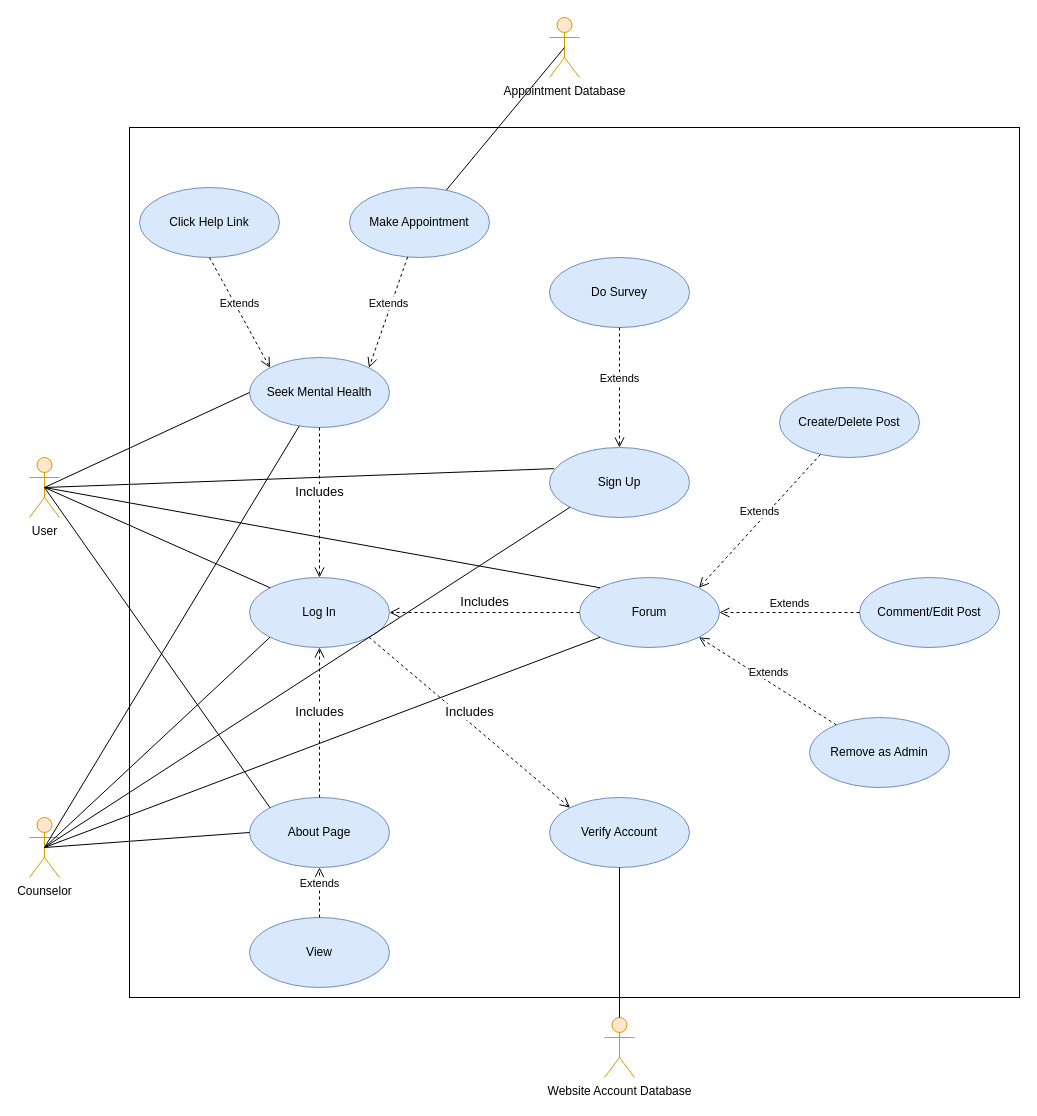
The draw.io diagram page "Page-2" (2 of 2) of Untitled Diagram.drawio in EliezerOng/CZ2006-Web-Devz, before the edit. Source tidied: cells renumbered, new cells numbered last; positions are measured from the earlier drawing's top-left corner, leaving out a move shared by most shapes. Both pictures are drawn from the tidied source at 100%, with x=0, y=0 at pixel (29, 17).
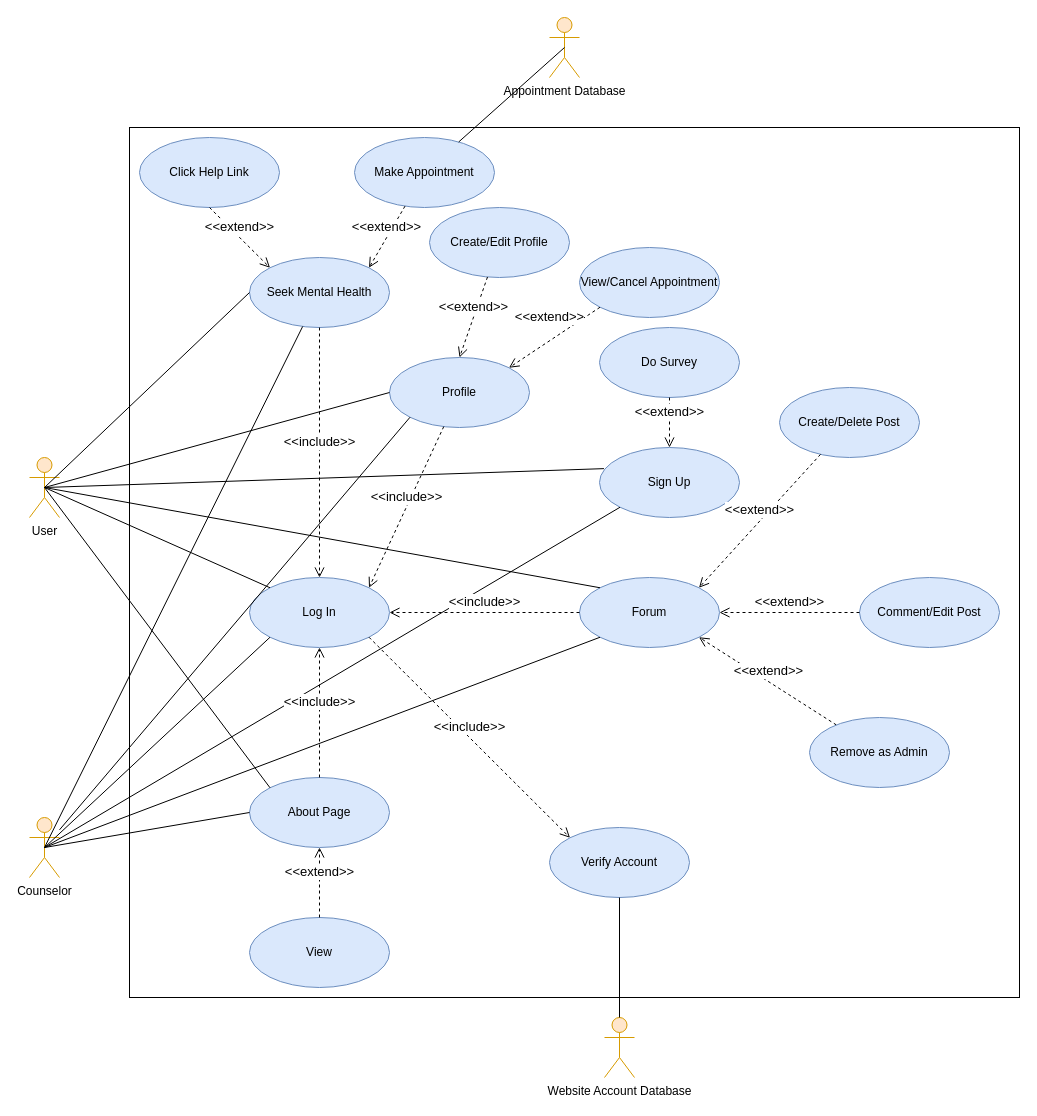
The same page after the edit.

Commit message:
use case model

Unchanged cells that the change refers to:
```xml
<mxCell id="3" value="User" style="shape=umlActor;verticalLabelPosition=bottom;verticalAlign=top;html=1;outlineConnect=0;fillColor=#ffe6cc;strokeColor=#d79b00;" parent="1" vertex="1">
  <mxGeometry y="440" width="30" height="60" as="geometry" />
</mxCell>
<mxCell id="4" value="Counselor" style="shape=umlActor;verticalLabelPosition=bottom;verticalAlign=top;html=1;outlineConnect=0;fillColor=#ffe6cc;strokeColor=#d79b00;" parent="1" vertex="1">
  <mxGeometry y="800" width="30" height="60" as="geometry" />
</mxCell>
<mxCell id="5" value="Log In" style="ellipse;whiteSpace=wrap;html=1;fillColor=#dae8fc;strokeColor=#6c8ebf;" parent="1" vertex="1">
  <mxGeometry x="220" y="560" width="140" height="70" as="geometry" />
</mxCell>
<mxCell id="11" value="Forum" style="ellipse;whiteSpace=wrap;html=1;fillColor=#dae8fc;strokeColor=#6c8ebf;" parent="1" vertex="1">
  <mxGeometry x="550" y="560" width="140" height="70" as="geometry" />
</mxCell>
<mxCell id="15" value="Create/Delete Post" style="ellipse;whiteSpace=wrap;html=1;fillColor=#dae8fc;strokeColor=#6c8ebf;" parent="1" vertex="1">
  <mxGeometry x="750" y="370" width="140" height="70" as="geometry" />
</mxCell>
<mxCell id="17" value="Comment/Edit Post" style="ellipse;whiteSpace=wrap;html=1;fillColor=#dae8fc;strokeColor=#6c8ebf;" parent="1" vertex="1">
  <mxGeometry x="830" y="560" width="140" height="70" as="geometry" />
</mxCell>
<mxCell id="20" value="Remove as Admin" style="ellipse;whiteSpace=wrap;html=1;fillColor=#dae8fc;strokeColor=#6c8ebf;" parent="1" vertex="1">
  <mxGeometry x="780" y="700" width="140" height="70" as="geometry" />
</mxCell>
<mxCell id="35" value="View" style="ellipse;whiteSpace=wrap;html=1;fillColor=#dae8fc;strokeColor=#6c8ebf;" parent="1" vertex="1">
  <mxGeometry x="220" y="900" width="140" height="70" as="geometry" />
</mxCell>
```

Change to the diagram source:
```diff
@@
     <mxCell id="8" value="Sign Up" style="ellipse;whiteSpace=wrap;html=1;fillColor=#dae8fc;strokeColor=#6c8ebf;" parent="1" vertex="1">
-      <mxGeometry x="520" y="430" width="140" height="70" as="geometry" />
+      <mxGeometry x="570" y="430" width="140" height="70" as="geometry" />
     </mxCell>
@@
-    <mxCell id="14" value="Includes" style="html=1;verticalAlign=bottom;endArrow=open;dashed=1;endSize=8;rounded=0;fontSize=13;entryX=1;entryY=0.5;entryDx=0;entryDy=0;exitX=0;exitY=0.5;exitDx=0;exitDy=0;" parent="1" edge="1" source="11" target="5">
+    <mxCell id="14" value="&amp;lt;&amp;lt;include&amp;gt;&amp;gt;" style="html=1;verticalAlign=bottom;endArrow=open;dashed=1;endSize=8;rounded=0;fontSize=13;entryX=1;entryY=0.5;entryDx=0;entryDy=0;exitX=0;exitY=0.5;exitDx=0;exitDy=0;" parent="1" edge="1" source="11" target="5">
       <mxGeometry relative="1" as="geometry" />
     </mxCell>
@@
-    <mxCell id="16" value="Extends" style="html=1;verticalAlign=bottom;endArrow=open;dashed=1;endSize=8;rounded=0;entryX=1;entryY=0;entryDx=0;entryDy=0;" parent="1" edge="1" source="15" target="11">
+    <mxCell id="16" value="&lt;span style=&quot;font-size: 13px&quot;&gt;&amp;lt;&amp;lt;extend&amp;gt;&amp;gt;&lt;/span&gt;" style="html=1;verticalAlign=bottom;endArrow=open;dashed=1;endSize=8;rounded=0;entryX=1;entryY=0;entryDx=0;entryDy=0;" parent="1" edge="1" source="15" target="11">
       <mxGeometry relative="1" as="geometry" />
     </mxCell>
@@
-    <mxCell id="18" value="Extends" style="html=1;verticalAlign=bottom;endArrow=open;dashed=1;endSize=8;rounded=0;entryX=1;entryY=0.5;entryDx=0;entryDy=0;exitX=0;exitY=0.5;exitDx=0;exitDy=0;" parent="1" edge="1" source="17" target="11">
+    <mxCell id="18" value="&lt;span style=&quot;font-size: 13px&quot;&gt;&amp;lt;&amp;lt;extend&amp;gt;&amp;gt;&lt;/span&gt;" style="html=1;verticalAlign=bottom;endArrow=open;dashed=1;endSize=8;rounded=0;entryX=1;entryY=0.5;entryDx=0;entryDy=0;exitX=0;exitY=0.5;exitDx=0;exitDy=0;" parent="1" edge="1" source="17" target="11">
       <mxGeometry relative="1" as="geometry" />
     </mxCell>
-    <mxCell id="19" value="Extends" style="html=1;verticalAlign=bottom;endArrow=open;dashed=1;endSize=8;rounded=0;entryX=1;entryY=1;entryDx=0;entryDy=0;" parent="1" edge="1" source="20" target="11">
+    <mxCell id="19" value="&lt;font style=&quot;font-size: 13px&quot;&gt;&amp;lt;&amp;lt;extend&amp;gt;&amp;gt;&lt;/font&gt;" style="html=1;verticalAlign=bottom;endArrow=open;dashed=1;endSize=8;rounded=0;entryX=1;entryY=1;entryDx=0;entryDy=0;" parent="1" edge="1" source="20" target="11">
       <mxGeometry relative="1" as="geometry" />
     </mxCell>
@@
     <mxCell id="21" value="Seek Mental Health" style="ellipse;whiteSpace=wrap;html=1;fillColor=#dae8fc;strokeColor=#6c8ebf;" parent="1" vertex="1">
-      <mxGeometry x="220" y="340" width="140" height="70" as="geometry" />
+      <mxGeometry x="220" y="240" width="140" height="70" as="geometry" />
     </mxCell>
@@
-    <mxCell id="24" value="Includes" style="html=1;verticalAlign=bottom;endArrow=open;dashed=1;endSize=8;rounded=0;fontSize=13;entryX=0.5;entryY=0;entryDx=0;entryDy=0;" parent="1" edge="1" source="21" target="5">
+    <mxCell id="24" value="&amp;lt;&amp;lt;include&amp;gt;&amp;gt;" style="html=1;verticalAlign=bottom;endArrow=open;dashed=1;endSize=8;rounded=0;fontSize=13;entryX=0.5;entryY=0;entryDx=0;entryDy=0;" parent="1" edge="1" source="21" target="5">
       <mxGeometry relative="1" as="geometry" />
     </mxCell>
     <mxCell id="25" value="Do Survey" style="ellipse;whiteSpace=wrap;html=1;fillColor=#dae8fc;strokeColor=#6c8ebf;" parent="1" vertex="1">
-      <mxGeometry x="520" y="240" width="140" height="70" as="geometry" />
+      <mxGeometry x="570" y="310" width="140" height="70" as="geometry" />
     </mxCell>
-    <mxCell id="26" value="Extends" style="html=1;verticalAlign=bottom;endArrow=open;dashed=1;endSize=8;rounded=0;entryX=0.5;entryY=0;entryDx=0;entryDy=0;exitX=0.5;exitY=1;exitDx=0;exitDy=0;" parent="1" edge="1" source="25" target="8">
+    <mxCell id="26" value="&lt;span style=&quot;font-size: 13px&quot;&gt;&amp;lt;&amp;lt;extend&amp;gt;&amp;gt;&lt;/span&gt;" style="html=1;verticalAlign=bottom;endArrow=open;dashed=1;endSize=8;rounded=0;entryX=0.5;entryY=0;entryDx=0;entryDy=0;exitX=0.5;exitY=1;exitDx=0;exitDy=0;" parent="1" edge="1" source="25" target="8">
       <mxGeometry relative="1" as="geometry" />
     </mxCell>
     <mxCell id="27" value="Click Help Link" style="ellipse;whiteSpace=wrap;html=1;fillColor=#dae8fc;strokeColor=#6c8ebf;" parent="1" vertex="1">
-      <mxGeometry x="110" y="170" width="140" height="70" as="geometry" />
+      <mxGeometry x="110" y="120" width="140" height="70" as="geometry" />
     </mxCell>
-    <mxCell id="28" value="Extends" style="html=1;verticalAlign=bottom;endArrow=open;dashed=1;endSize=8;rounded=0;entryX=0;entryY=0;entryDx=0;entryDy=0;exitX=0.5;exitY=1;exitDx=0;exitDy=0;" parent="1" edge="1" source="27" target="21">
+    <mxCell id="28" value="&lt;span style=&quot;font-size: 13px&quot;&gt;&amp;lt;&amp;lt;extend&amp;gt;&amp;gt;&lt;/span&gt;" style="html=1;verticalAlign=bottom;endArrow=open;dashed=1;endSize=8;rounded=0;entryX=0;entryY=0;entryDx=0;entryDy=0;exitX=0.5;exitY=1;exitDx=0;exitDy=0;" parent="1" edge="1" source="27" target="21">
       <mxGeometry relative="1" as="geometry" />
     </mxCell>
     <mxCell id="29" value="Make Appointment" style="ellipse;whiteSpace=wrap;html=1;fillColor=#dae8fc;strokeColor=#6c8ebf;" parent="1" vertex="1">
-      <mxGeometry x="320" y="170" width="140" height="70" as="geometry" />
+      <mxGeometry x="325" y="120" width="140" height="70" as="geometry" />
     </mxCell>
-    <mxCell id="30" value="Extends" style="html=1;verticalAlign=bottom;endArrow=open;dashed=1;endSize=8;rounded=0;entryX=1;entryY=0;entryDx=0;entryDy=0;" parent="1" edge="1" source="29" target="21">
+    <mxCell id="30" value="&lt;span style=&quot;font-size: 13px&quot;&gt;&amp;lt;&amp;lt;extend&amp;gt;&amp;gt;&lt;/span&gt;" style="html=1;verticalAlign=bottom;endArrow=open;dashed=1;endSize=8;rounded=0;entryX=1;entryY=0;entryDx=0;entryDy=0;" parent="1" edge="1" source="29" target="21">
       <mxGeometry relative="1" as="geometry" />
     </mxCell>
     <mxCell id="31" value="About Page" style="ellipse;whiteSpace=wrap;html=1;fillColor=#dae8fc;strokeColor=#6c8ebf;" parent="1" vertex="1">
-      <mxGeometry x="220" y="780" width="140" height="70" as="geometry" />
+      <mxGeometry x="220" y="760" width="140" height="70" as="geometry" />
     </mxCell>
@@
-    <mxCell id="34" value="Includes" style="html=1;verticalAlign=bottom;endArrow=open;dashed=1;endSize=8;rounded=0;fontSize=13;entryX=0.5;entryY=1;entryDx=0;entryDy=0;" parent="1" edge="1" source="31" target="5">
+    <mxCell id="34" value="&amp;lt;&amp;lt;include&amp;gt;&amp;gt;" style="html=1;verticalAlign=bottom;endArrow=open;dashed=1;endSize=8;rounded=0;fontSize=13;entryX=0.5;entryY=1;entryDx=0;entryDy=0;" parent="1" edge="1" source="31" target="5">
       <mxGeometry relative="1" as="geometry" />
     </mxCell>
@@
-    <mxCell id="36" value="Extends" style="html=1;verticalAlign=bottom;endArrow=open;dashed=1;endSize=8;rounded=0;entryX=0.5;entryY=1;entryDx=0;entryDy=0;" parent="1" edge="1" source="35" target="31">
+    <mxCell id="36" value="&lt;span style=&quot;font-size: 13px&quot;&gt;&amp;lt;&amp;lt;extend&amp;gt;&amp;gt;&lt;/span&gt;" style="html=1;verticalAlign=bottom;endArrow=open;dashed=1;endSize=8;rounded=0;entryX=0.5;entryY=1;entryDx=0;entryDy=0;" parent="1" edge="1" source="35" target="31">
       <mxGeometry relative="1" as="geometry" />
     </mxCell>
     <mxCell id="37" value="Verify Account" style="ellipse;whiteSpace=wrap;html=1;fillColor=#dae8fc;strokeColor=#6c8ebf;" parent="1" vertex="1">
-      <mxGeometry x="520" y="780" width="140" height="70" as="geometry" />
+      <mxGeometry x="520" y="810" width="140" height="70" as="geometry" />
     </mxCell>
-    <mxCell id="38" value="Includes" style="html=1;verticalAlign=bottom;endArrow=open;dashed=1;endSize=8;rounded=0;fontSize=13;entryX=0;entryY=0;entryDx=0;entryDy=0;exitX=1;exitY=1;exitDx=0;exitDy=0;" parent="1" edge="1" source="5" target="37">
+    <mxCell id="38" value="&amp;lt;&amp;lt;include&amp;gt;&amp;gt;" style="html=1;verticalAlign=bottom;endArrow=open;dashed=1;endSize=8;rounded=0;fontSize=13;entryX=0;entryY=0;entryDx=0;entryDy=0;exitX=1;exitY=1;exitDx=0;exitDy=0;" parent="1" edge="1" source="5" target="37">
       <mxGeometry relative="1" as="geometry" />
     </mxCell>
@@
+    <mxCell id="43" value="Profile" style="ellipse;whiteSpace=wrap;html=1;fillColor=#dae8fc;strokeColor=#6c8ebf;" parent="1" vertex="1">
+      <mxGeometry x="360" y="340" width="140" height="70" as="geometry" />
+    </mxCell>
+    <mxCell id="44" style="endArrow=none;html=1;rounded=0;exitX=0.5;exitY=0.5;exitDx=0;exitDy=0;exitPerimeter=0;entryX=0;entryY=0.5;entryDx=0;entryDy=0;" parent="1" edge="1" source="3" target="43">
+      <mxGeometry relative="1" as="geometry" />
+    </mxCell>
+    <mxCell id="45" style="endArrow=none;html=1;rounded=0;entryX=0;entryY=1;entryDx=0;entryDy=0;" parent="1" edge="1" source="4" target="43">
+      <mxGeometry relative="1" as="geometry" />
+    </mxCell>
+    <mxCell id="46" value="&amp;lt;&amp;lt;include&amp;gt;&amp;gt;" style="html=1;verticalAlign=bottom;endArrow=open;dashed=1;endSize=8;rounded=0;fontSize=13;entryX=1;entryY=0;entryDx=0;entryDy=0;" parent="1" edge="1" source="43" target="5">
+      <mxGeometry relative="1" as="geometry" />
+    </mxCell>
+    <mxCell id="47" value="Create/Edit Profile" style="ellipse;whiteSpace=wrap;html=1;fillColor=#dae8fc;strokeColor=#6c8ebf;" parent="1" vertex="1">
+      <mxGeometry x="400" y="190" width="140" height="70" as="geometry" />
+    </mxCell>
+    <mxCell id="48" value="&lt;span style=&quot;font-size: 13px&quot;&gt;&amp;lt;&amp;lt;extend&amp;gt;&amp;gt;&lt;/span&gt;" style="html=1;verticalAlign=bottom;endArrow=open;dashed=1;endSize=8;rounded=0;entryX=0.5;entryY=0;entryDx=0;entryDy=0;" parent="1" edge="1" source="47" target="43">
+      <mxGeometry relative="1" as="geometry" />
+    </mxCell>
+    <mxCell id="49" value="View/Cancel Appointment" style="ellipse;whiteSpace=wrap;html=1;fillColor=#dae8fc;strokeColor=#6c8ebf;" parent="1" vertex="1">
+      <mxGeometry x="550" y="230" width="140" height="70" as="geometry" />
+    </mxCell>
+    <mxCell id="50" value="&lt;span style=&quot;font-size: 13px&quot;&gt;&amp;lt;&amp;lt;extend&amp;gt;&amp;gt;&lt;/span&gt;" style="html=1;verticalAlign=bottom;endArrow=open;dashed=1;endSize=8;rounded=0;entryX=1;entryY=0;entryDx=0;entryDy=0;exitX=0;exitY=1;exitDx=0;exitDy=0;" parent="1" edge="1" source="49" target="43">
+      <mxGeometry x="-0.03" y="-11" relative="1" as="geometry" />
+    </mxCell>
```
